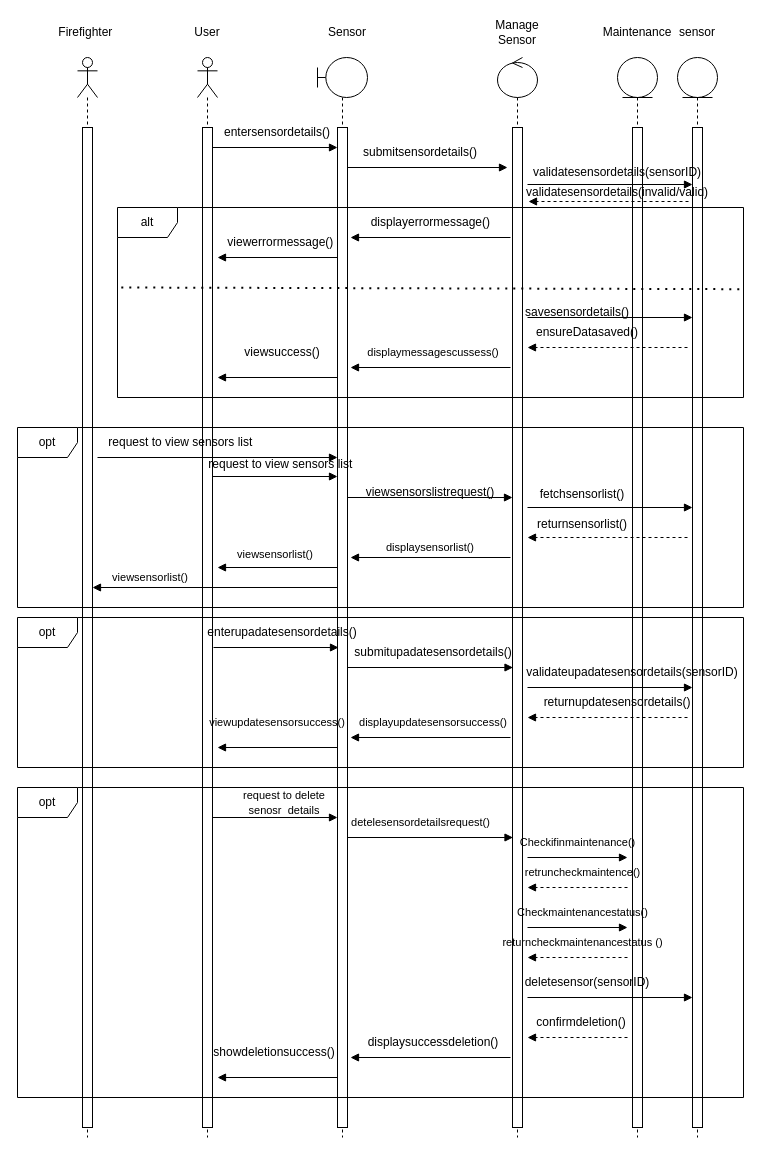
The draw.io diagram page "maintenance SD" (12 of 13) of doc/PSM.drawio in SNFASA/AI-Fire-Monitoring-System, before the edit. Source tidied: cells renumbered, new cells numbered last; positions are measured from the earlier drawing's top-left corner, leaving out a move shared by most shapes. Both pictures are drawn from the tidied source at 100%, with x=0, y=0 at pixel (17, 17).
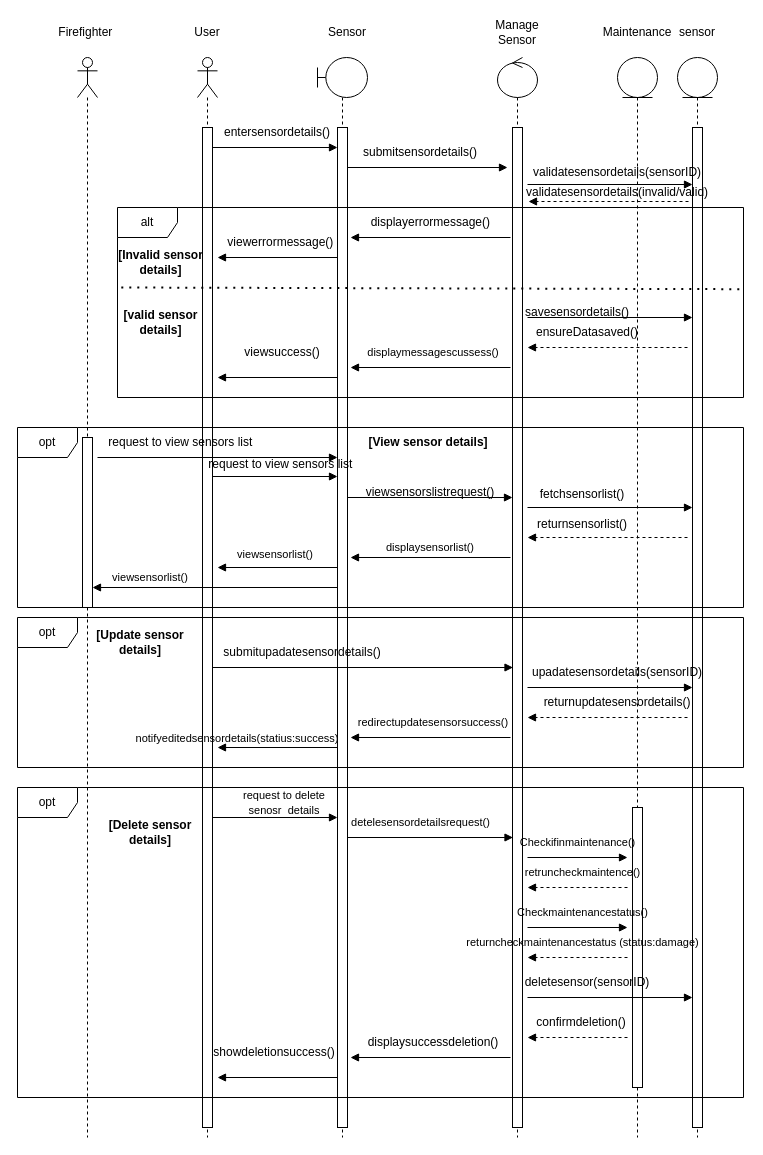
Above is the later version.

Unchanged cells that the change refers to:
```xml
<mxCell id="2" style="shape=umlLifeline;perimeter=lifelinePerimeter;whiteSpace=wrap;html=1;newEdgeStyle={&quot;curved&quot;:0,&quot;rounded&quot;:0};participant=umlEntity;" parent="1" vertex="1">
  <mxGeometry x="600" y="40" width="40" height="1080" as="geometry" />
</mxCell>
<mxCell id="4" style="shape=umlLifeline;perimeter=lifelinePerimeter;whiteSpace=wrap;html=1;newEdgeStyle={&quot;curved&quot;:0,&quot;rounded&quot;:0};participant=umlActor;" parent="1" vertex="1">
  <mxGeometry x="60" y="40" width="20" height="1080" as="geometry" />
</mxCell>
<mxCell id="7" style="html=1;points=[[0,0,0,0,5],[0,1,0,0,-5],[1,0,0,0,5],[1,1,0,0,-5]];perimeter=orthogonalPerimeter;outlineConnect=0;targetShapes=umlLifeline;portConstraint=eastwest;newEdgeStyle={&quot;curved&quot;:0,&quot;rounded&quot;:0};" parent="6" vertex="1">
  <mxGeometry x="5" y="70" width="10" height="1000" as="geometry" />
</mxCell>
```

Change to the diagram source:
```diff
@@
     <mxCell id="3" style="html=1;perimeter=orthogonalPerimeter;targetShapes=umlLifeline;newEdgeStyle={&quot;curved&quot;:0,&quot;rounded&quot;:0};" parent="2" vertex="1">
-      <mxGeometry x="15" y="70" width="10" height="1000" as="geometry" />
+      <mxGeometry x="15" y="750" width="10" height="280" as="geometry" />
     </mxCell>
@@
     <mxCell id="5" style="html=1;points=[[0,0,0,0,5],[0,1,0,0,-5],[1,0,0,0,5],[1,1,0,0,-5]];perimeter=orthogonalPerimeter;outlineConnect=0;targetShapes=umlLifeline;portConstraint=eastwest;newEdgeStyle={&quot;curved&quot;:0,&quot;rounded&quot;:0};" parent="4" vertex="1">
-      <mxGeometry x="5" y="70" width="10" height="1000" as="geometry" />
+      <mxGeometry x="5" y="380" width="10" height="170" as="geometry" />
     </mxCell>
@@
-    <mxCell id="41" style="html=1;verticalAlign=bottom;labelBackgroundColor=none;endArrow=block;endFill=1;rounded=0;" parent="1" edge="1">
-      <mxGeometry relative="1" as="geometry">
-        <mxPoint x="196" y="630" as="sourcePoint" />
-        <mxPoint x="321" y="630" as="targetPoint" />
-      </mxGeometry>
-    </mxCell>
-    <mxCell id="42" style="html=1;verticalAlign=bottom;labelBackgroundColor=none;endArrow=block;endFill=1;rounded=0;" parent="1" edge="1">
+    <mxCell id="42" style="html=1;verticalAlign=bottom;labelBackgroundColor=none;endArrow=block;endFill=1;rounded=0;" parent="1" edge="1" source="7">
       <mxGeometry relative="1" as="geometry">
-        <mxPoint x="330.5" y="650" as="sourcePoint" />
         <mxPoint x="495.5" y="650" as="targetPoint" />
       </mxGeometry>
     </mxCell>
@@
-    <mxCell id="74" value="enterupadatesensordetails()" style="text;html=1;whiteSpace=wrap;strokeColor=none;fillColor=none;align=center;verticalAlign=middle;rounded=0;" parent="1" vertex="1">
-      <mxGeometry x="180" y="600" width="170" height="30" as="geometry" />
-    </mxCell>
     <mxCell id="75" value="submitupadatesensordetails()" style="text;html=1;whiteSpace=wrap;strokeColor=none;fillColor=none;align=center;verticalAlign=middle;rounded=0;" parent="1" vertex="1">
-      <mxGeometry x="330.8" y="620" width="170" height="30" as="geometry" />
+      <mxGeometry x="200.2" y="620" width="170" height="30" as="geometry" />
     </mxCell>
-    <mxCell id="76" value="validateupadatesensordetails(sensorID)" style="text;html=1;whiteSpace=wrap;strokeColor=none;fillColor=none;align=center;verticalAlign=middle;rounded=0;" parent="1" vertex="1">
-      <mxGeometry x="530" y="640" width="170" height="30" as="geometry" />
+    <mxCell id="76" value="upadatesensordetails(sensorID)" style="text;html=1;whiteSpace=wrap;strokeColor=none;fillColor=none;align=center;verticalAlign=middle;rounded=0;" parent="1" vertex="1">
+      <mxGeometry x="515" y="640" width="170" height="30" as="geometry" />
     </mxCell>
@@
-    <mxCell id="78" value="&lt;span style=&quot;font-size: 11px; caret-color: rgba(0, 0, 0, 0); text-wrap-mode: nowrap;&quot;&gt;displayupdatesensorsuccess()&lt;/span&gt;" style="text;html=1;whiteSpace=wrap;strokeColor=none;fillColor=none;align=center;verticalAlign=middle;rounded=0;" parent="1" vertex="1">
+    <mxCell id="78" value="&lt;span style=&quot;font-size: 11px; caret-color: rgba(0, 0, 0, 0); text-wrap-mode: nowrap;&quot;&gt;redirectupdatesensorsuccess()&lt;/span&gt;" style="text;html=1;whiteSpace=wrap;strokeColor=none;fillColor=none;align=center;verticalAlign=middle;rounded=0;" parent="1" vertex="1">
       <mxGeometry x="373" y="690" width="85.5" height="30" as="geometry" />
     </mxCell>
-    <mxCell id="79" value="&lt;span style=&quot;font-size: 11px; caret-color: rgba(0, 0, 0, 0); text-wrap-mode: nowrap;&quot;&gt;viewupdatesensorsuccess()&lt;/span&gt;" style="text;html=1;whiteSpace=wrap;strokeColor=none;fillColor=none;align=center;verticalAlign=middle;rounded=0;" parent="1" vertex="1">
-      <mxGeometry x="230" y="690" width="60" height="30" as="geometry" />
+    <mxCell id="79" value="&lt;span style=&quot;font-size: 11px; caret-color: rgba(0, 0, 0, 0); text-wrap-mode: nowrap;&quot;&gt;notifyeditedsensordetails(statius:success)&lt;/span&gt;" style="text;html=1;whiteSpace=wrap;strokeColor=none;fillColor=none;align=center;verticalAlign=middle;rounded=0;" parent="1" vertex="1">
+      <mxGeometry x="189.9" y="706" width="60" height="30" as="geometry" />
     </mxCell>
@@
-    <mxCell id="87" value="&lt;span style=&quot;font-size: 11px; text-wrap-mode: nowrap;&quot;&gt;returncheckmaintenancestatus ()&lt;/span&gt;" style="text;html=1;whiteSpace=wrap;strokeColor=none;fillColor=none;align=center;verticalAlign=middle;rounded=0;" parent="1" vertex="1">
+    <mxCell id="87" value="&lt;span style=&quot;font-size: 11px; text-wrap-mode: nowrap;&quot;&gt;returncheckmaintenancestatus (status:damage)&lt;/span&gt;" style="text;html=1;whiteSpace=wrap;strokeColor=none;fillColor=none;align=center;verticalAlign=middle;rounded=0;" parent="1" vertex="1">
       <mxGeometry x="523.6" y="910" width="82.8" height="30" as="geometry" />
     </mxCell>
@@
+    <mxCell id="93" value="&lt;b&gt;[Invalid sensor details]&lt;/b&gt;" style="text;html=1;whiteSpace=wrap;strokeColor=none;fillColor=none;align=center;verticalAlign=middle;rounded=0;" parent="1" vertex="1">
+      <mxGeometry x="90" y="230" width="107.2" height="30" as="geometry" />
+    </mxCell>
+    <mxCell id="94" value="&lt;b&gt;[valid sensor details]&lt;/b&gt;" style="text;html=1;whiteSpace=wrap;strokeColor=none;fillColor=none;align=center;verticalAlign=middle;rounded=0;" parent="1" vertex="1">
+      <mxGeometry x="90" y="290" width="107.2" height="30" as="geometry" />
+    </mxCell>
+    <mxCell id="95" value="&lt;b&gt;[View sensor details]&lt;/b&gt;" style="text;html=1;whiteSpace=wrap;strokeColor=none;fillColor=none;align=center;verticalAlign=middle;rounded=0;" parent="1" vertex="1">
+      <mxGeometry x="340" y="410" width="141.5" height="30" as="geometry" />
+    </mxCell>
+    <mxCell id="96" value="&lt;b&gt;[Update sensor details]&lt;/b&gt;" style="text;html=1;whiteSpace=wrap;strokeColor=none;fillColor=none;align=center;verticalAlign=middle;rounded=0;" parent="1" vertex="1">
+      <mxGeometry x="65.8" y="610" width="114.2" height="30" as="geometry" />
+    </mxCell>
+    <mxCell id="97" value="&lt;b&gt;[Delete sensor details]&lt;/b&gt;" style="text;html=1;whiteSpace=wrap;strokeColor=none;fillColor=none;align=center;verticalAlign=middle;rounded=0;" parent="1" vertex="1">
+      <mxGeometry x="75.6" y="800" width="114.2" height="30" as="geometry" />
+    </mxCell>
```
